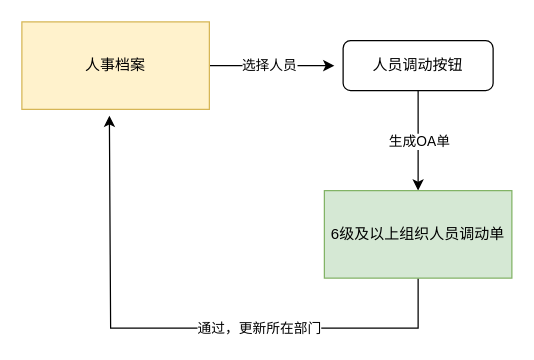
Before: 6级及以上组织人员调动业务流程图.drawio in pbm0802/GitIDEATest, a draw.io diagram. Source tidied: cells renumbered, new cells numbered last; positions are measured from the earlier drawing's top-left corner, leaving out a move shared by most shapes. Both pictures are drawn from the tidied source at 125%, with x=0, y=0 at pixel (21, 21).
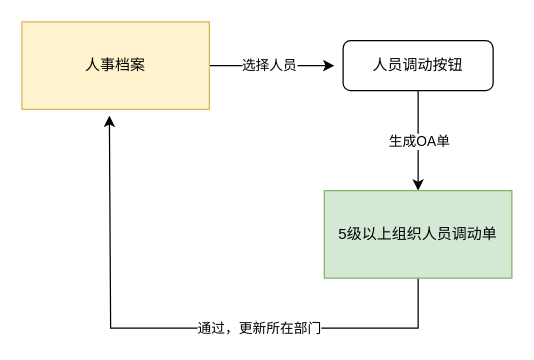
Above is the later version.

Commit message (it also covers changes not shown here):
更新6级及以上组织人员调动业务流程图.drawio

What changed in the source:
```diff
@@
 <mxGraphModel>
   <root>
     <mxCell id="0" />
     <mxCell id="1" parent="0" />
     <mxCell id="2" style="edgeStyle=orthogonalEdgeStyle;rounded=0;jettySize=auto;html=1;exitX=1;exitY=0.5;exitDx=0;exitDy=0;" parent="1" edge="1" source="4">
       <mxGeometry relative="1" as="geometry">
         <mxPoint x="250" y="35" as="targetPoint" />
       </mxGeometry>
     </mxCell>
     <mxCell id="3" value="选择人员" style="edgeLabel;html=1;align=center;verticalAlign=middle;" parent="2" vertex="1">
       <mxGeometry x="-0.06" y="1" relative="1" as="geometry" />
     </mxCell>
     <mxCell id="4" value="人事档案" style="rounded=0;whiteSpace=wrap;html=1;fillColor=#fff2cc;strokeColor=#d6b656;" parent="1" vertex="1">
       <mxGeometry width="150" height="70" as="geometry" />
     </mxCell>
     <mxCell id="5" style="edgeStyle=orthogonalEdgeStyle;rounded=0;jettySize=auto;html=1;exitX=0.5;exitY=1;exitDx=0;exitDy=0;entryX=0.5;entryY=0;entryDx=0;entryDy=0;" parent="1" edge="1" source="7">
       <mxGeometry relative="1" as="geometry">
         <mxPoint x="317" y="135" as="targetPoint" />
       </mxGeometry>
     </mxCell>
     <mxCell id="6" value="生成OA单" style="edgeLabel;html=1;align=center;verticalAlign=middle;" parent="5" vertex="1">
       <mxGeometry x="-0.32" y="3" relative="1" as="geometry">
         <mxPoint x="-3" y="13" as="offset" />
       </mxGeometry>
     </mxCell>
     <mxCell id="7" value="人员调动按钮" style="rounded=1;whiteSpace=wrap;html=1;fontSize=12;glass=0;strokeWidth=1;shadow=0;" parent="1" vertex="1">
       <mxGeometry x="257" y="15" width="120" height="40" as="geometry" />
     </mxCell>
     <mxCell id="8" style="edgeStyle=orthogonalEdgeStyle;rounded=0;jettySize=auto;html=1;exitX=0.5;exitY=1;exitDx=0;exitDy=0;" parent="1" edge="1" source="10">
       <mxGeometry relative="1" as="geometry">
         <mxPoint x="70" y="75" as="targetPoint" />
         <Array as="points">
           <mxPoint x="317" y="245" />
           <mxPoint x="71" y="245" />
         </Array>
       </mxGeometry>
     </mxCell>
     <mxCell id="9" value="通过，更新所在部门" style="edgeLabel;html=1;align=center;verticalAlign=middle;" parent="8" vertex="1">
       <mxGeometry x="-0.4" y="-1" relative="1" as="geometry">
         <mxPoint x="-31" as="offset" />
       </mxGeometry>
     </mxCell>
-    <mxCell id="10" value="6级及以上组织人员调动单" style="rounded=0;whiteSpace=wrap;html=1;fillColor=#d5e8d4;strokeColor=#82b366;" parent="1" vertex="1">
+    <mxCell id="10" value="5级以上组织人员调动单" style="rounded=0;whiteSpace=wrap;html=1;fillColor=#d5e8d4;strokeColor=#82b366;" parent="1" vertex="1">
       <mxGeometry x="242" y="135" width="150" height="70" as="geometry" />
     </mxCell>
   </root>
 </mxGraphModel>
```
